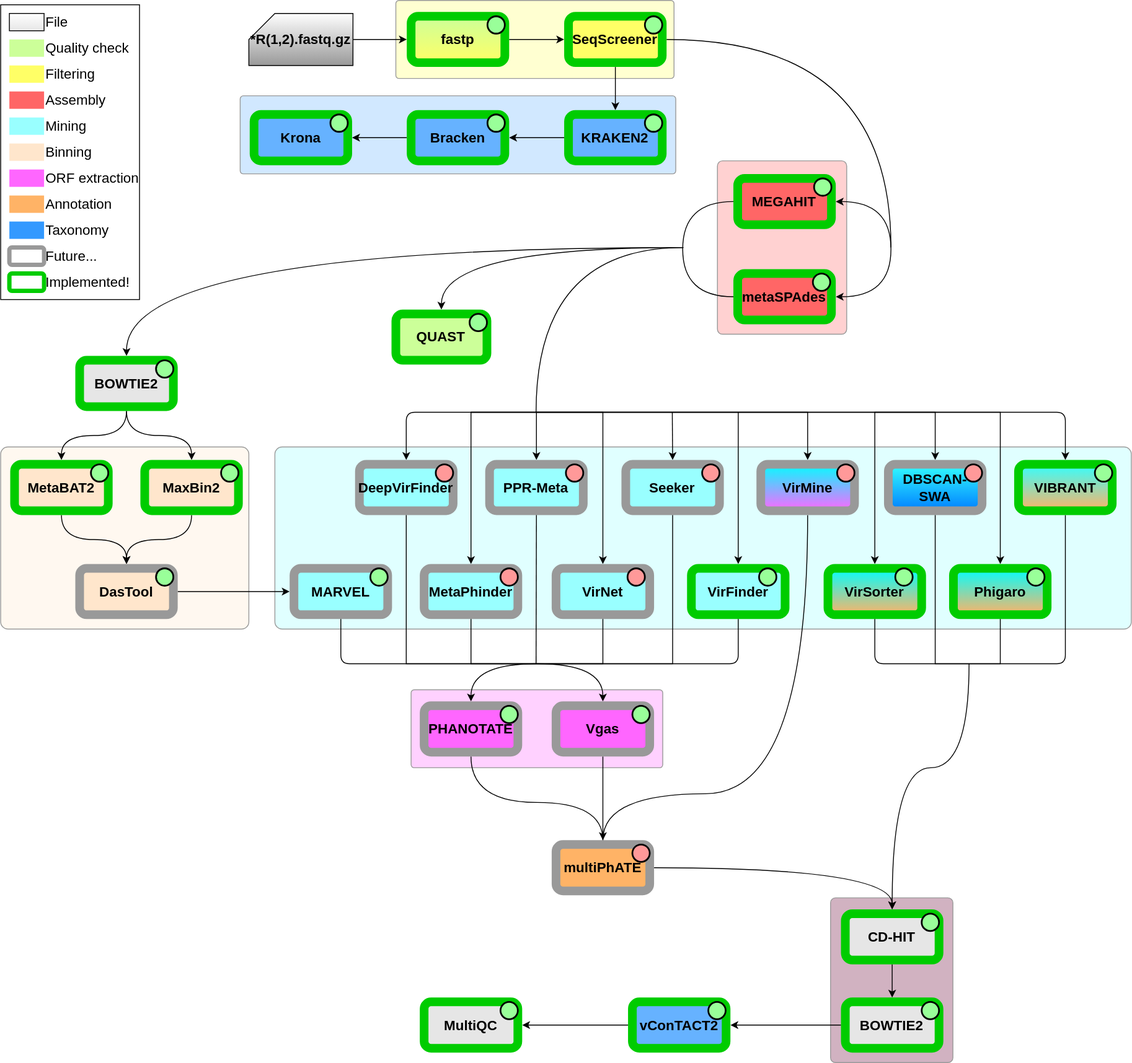
MattiaPandolfoVR/MetaPhage keeps this draw.io diagram as slides/pipeline_2020_12_21.drawio.svg. Above is the earlier version. Source tidied: cells renumbered, new cells last; positions are measured from the earlier drawing's top-left corner, leaving out a move shared by most shapes.
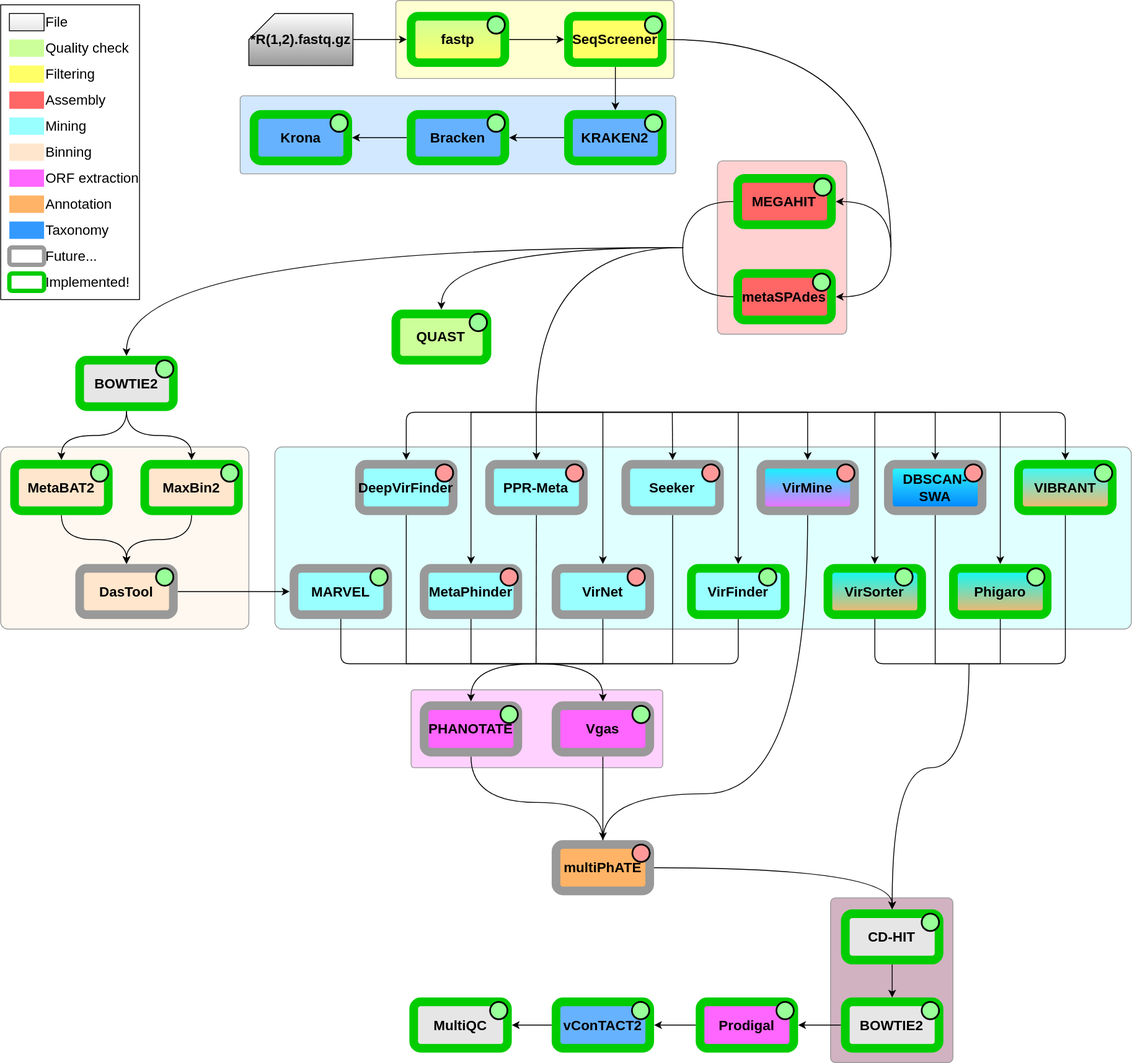
After the commit.

Commit message:
add the graph_analyzer.py script to the pipeline

The edit, as a diff of the source:
```diff
@@ -175,7 +175,7 @@
       <mxGeometry relative="1" as="geometry" />
     </mxCell>
     <mxCell id="52" value="vConTACT2" style="rounded=1;whiteSpace=wrap;html=10;shadow=0;strokeWidth=10;perimeterSpacing=5;sketch=0;glass=0;fillColor=#66B2FF;strokeColor=#00CC00;fontStyle=1;fontSize=16;" parent="1" vertex="1">
-      <mxGeometry x="728" y="1155" width="108" height="53.5" as="geometry" />
+      <mxGeometry x="640" y="1155" width="108" height="53.5" as="geometry" />
     </mxCell>
     <mxCell id="53" style="edgeStyle=orthogonalEdgeStyle;curved=1;rounded=0;jettySize=auto;html=1;exitX=1;exitY=0.5;exitDx=0;exitDy=0;entryX=0;entryY=0.5;entryDx=0;entryDy=0;startArrow=none;startFill=0;endArrow=classic;endFill=1;fontSize=16;" parent="1" edge="1" source="54" target="48">
       <mxGeometry relative="1" as="geometry" />
@@ -355,7 +355,7 @@
       <mxGeometry x="728" y="973.5" width="20" height="20" as="geometry" />
     </mxCell>
     <mxCell id="98" style="ellipse;whiteSpace=wrap;html=1;shadow=0;glass=0;sketch=0;fillColor=#99FF99;strokeWidth=2;fontSize=16;" parent="1" vertex="1">
-      <mxGeometry x="815.5" y="1155" width="20" height="20" as="geometry" />
+      <mxGeometry x="727.5" y="1155" width="20" height="20" as="geometry" />
     </mxCell>
     <mxCell id="99" style="ellipse;whiteSpace=wrap;html=1;shadow=0;glass=0;sketch=0;fillColor=#99FF99;strokeWidth=2;fontSize=16;" parent="1" vertex="1">
       <mxGeometry x="937.4" y="205.2" width="20" height="20" as="geometry" />
@@ -408,7 +408,7 @@
     <mxCell id="114" style="ellipse;whiteSpace=wrap;html=1;shadow=0;glass=0;sketch=0;fillColor=#99FF99;strokeWidth=2;fontSize=16;" parent="1" vertex="1">
       <mxGeometry x="1061.4" y="1053.2" width="20" height="20" as="geometry" />
     </mxCell>
-    <mxCell id="115" style="edgeStyle=orthogonalEdgeStyle;curved=1;rounded=0;jettySize=auto;html=1;exitX=0;exitY=0.5;exitDx=0;exitDy=0;entryX=1;entryY=0.5;entryDx=0;entryDy=0;endArrow=classic;endFill=1;fontSize=16;" parent="1" edge="1" source="116" target="52">
+    <mxCell id="115" style="edgeStyle=orthogonalEdgeStyle;curved=1;rounded=0;jettySize=auto;html=1;exitX=0;exitY=0.5;exitDx=0;exitDy=0;entryX=1;entryY=0.5;entryDx=0;entryDy=0;endArrow=classic;endFill=1;fontSize=16;" parent="1" edge="1" source="116" target="133">
       <mxGeometry relative="1" as="geometry" />
     </mxCell>
     <mxCell id="116" value="BOWTIE2" style="rounded=1;whiteSpace=wrap;html=10;shadow=0;strokeWidth=10;perimeterSpacing=5;sketch=0;glass=0;fillColor=#E6E6E6;strokeColor=#00CC00;fontStyle=1;fontSize=16;" parent="1" vertex="1">
@@ -430,10 +430,10 @@
       <mxGeometry x="1111" y="535" width="20" height="20" as="geometry" />
     </mxCell>
     <mxCell id="122" value="MultiQC" style="rounded=1;whiteSpace=wrap;html=10;shadow=0;strokeWidth=10;perimeterSpacing=5;sketch=0;glass=0;fillColor=#E6E6E6;strokeColor=#00CC00;fontStyle=1;fontSize=16;" parent="1" vertex="1">
-      <mxGeometry x="488" y="1155" width="108" height="53.5" as="geometry" />
+      <mxGeometry x="476" y="1155" width="108" height="53.5" as="geometry" />
     </mxCell>
     <mxCell id="123" style="ellipse;whiteSpace=wrap;html=1;shadow=0;glass=0;sketch=0;fillColor=#99FF99;strokeWidth=2;fontSize=16;" parent="1" vertex="1">
-      <mxGeometry x="576" y="1155" width="20" height="20" as="geometry" />
+      <mxGeometry x="564" y="1155" width="20" height="20" as="geometry" />
     </mxCell>
     <mxCell id="124" style="endArrow=classic;html=1;entryX=0.5;entryY=0;entryDx=0;entryDy=0;edgeStyle=orthogonalEdgeStyle;curved=1;fontSize=16;" parent="1" edge="1" target="113">
       <mxGeometry relative="1" as="geometry">
@@ -494,5 +494,14 @@
         <mxPoint x="617" y="765" as="sourcePoint" />
       </mxGeometry>
     </mxCell>
+    <mxCell id="132" style="edgeStyle=orthogonalEdgeStyle;rounded=0;jettySize=auto;html=1;exitX=0;exitY=0.5;exitDx=0;exitDy=0;entryX=1;entryY=0.5;entryDx=0;entryDy=0;" parent="1" edge="1" source="133" target="52">
+      <mxGeometry relative="1" as="geometry" />
+    </mxCell>
+    <mxCell id="133" value="Prodigal" style="rounded=1;whiteSpace=wrap;html=10;shadow=0;strokeWidth=10;perimeterSpacing=5;sketch=0;glass=0;fillColor=#FF66FF;fontStyle=1;fontSize=16;strokeColor=#00CC00;" parent="1" vertex="1">
+      <mxGeometry x="806" y="1155" width="108" height="53.5" as="geometry" />
+    </mxCell>
+    <mxCell id="134" style="ellipse;whiteSpace=wrap;html=1;shadow=0;glass=0;sketch=0;fillColor=#99FF99;strokeWidth=2;fontSize=16;" parent="1" vertex="1">
+      <mxGeometry x="894" y="1155" width="20" height="20" as="geometry" />
+    </mxCell>
   </root>
 </mxGraphModel>
```
